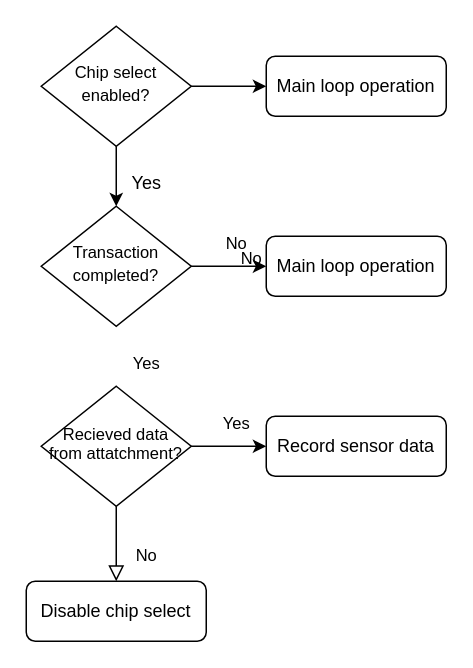
The draw.io diagram test.dio in Kyle-912/HDL, before the edit. Source tidied: cells renumbered, new cells numbered last; positions are measured from the earlier drawing's top-left corner, leaving out a move shared by most shapes. Both pictures are drawn from the tidied source at 150%, with x=0, y=0 at pixel (26, 26).
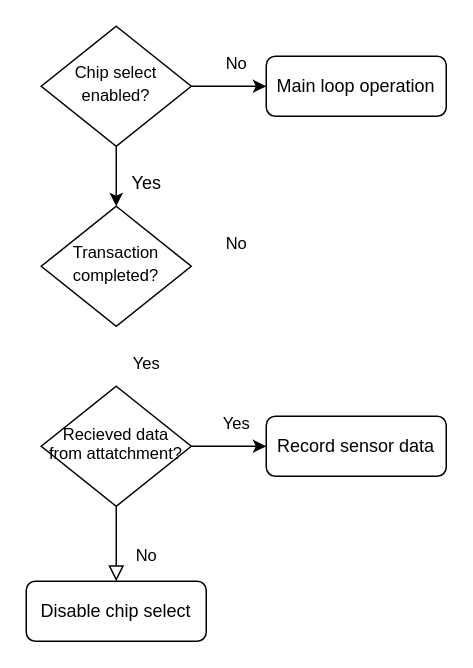
After the change.

Unchanged cells that the change refers to:
```xml
<mxCell id="14" value="&lt;font style=&quot;font-size: 11px;&quot;&gt;Transaction completed?&lt;/font&gt;" style="rhombus;whiteSpace=wrap;html=1;shadow=0;fontFamily=Helvetica;fontSize=12;align=center;strokeWidth=1;spacing=6;spacingTop=-4;" parent="1" vertex="1">
  <mxGeometry x="10" y="120" width="100" height="80" as="geometry" />
</mxCell>
```

Change to the diagram source:
```diff
@@
-    <mxCell id="13" style="edgeStyle=none;html=1;exitX=1;exitY=0.5;exitDx=0;exitDy=0;entryX=0;entryY=0.5;entryDx=0;entryDy=0;fontSize=11;" parent="1" edge="1" source="14" target="15">
-      <mxGeometry relative="1" as="geometry">
-        <Array as="points">
-          <mxPoint x="140" y="160" />
-        </Array>
-      </mxGeometry>
-    </mxCell>
@@
-    <mxCell id="15" value="Main loop operation" style="rounded=1;whiteSpace=wrap;html=1;fontSize=12;glass=0;strokeWidth=1;shadow=0;" parent="1" vertex="1">
-      <mxGeometry x="160" y="140" width="120" height="40" as="geometry" />
-    </mxCell>
@@
     <mxCell id="18" value="No" style="text;html=1;align=center;verticalAlign=middle;strokeColor=none;fillColor=none;fontSize=11;" parent="1" vertex="1">
-      <mxGeometry x="130" y="140" width="40" height="30" as="geometry" />
+      <mxGeometry x="120" y="10" width="40" height="30" as="geometry" />
     </mxCell>
```
